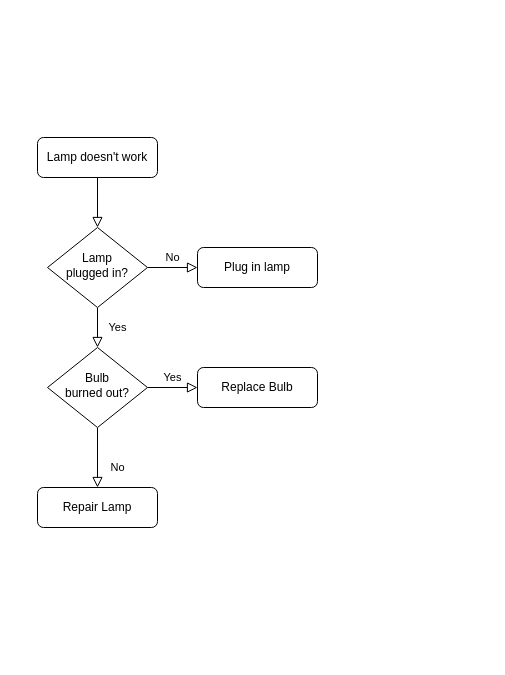
Before: Untitled Diagram.drawio in mintlee82/URLBoardModel, a draw.io diagram. Source tidied: cells renumbered, new cells numbered last; positions are measured from the earlier drawing's top-left corner, leaving out a move shared by most shapes. Both pictures are drawn from the tidied source at 100%, with x=0, y=0 at pixel (37, 137).
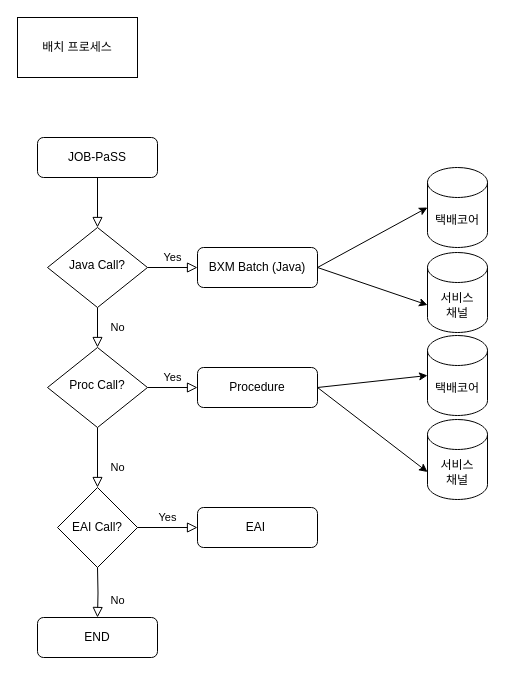
After the change.

Commit message:
배치 프로세스

The edit, as a diff of the source:
```diff
@@
-    <mxCell id="3" value="Lamp doesn't work" style="rounded=1;whiteSpace=wrap;html=1;fontSize=12;glass=0;strokeWidth=1;shadow=0;" parent="1" vertex="1">
+    <mxCell id="3" value="JOB-PaSS" style="rounded=1;whiteSpace=wrap;html=1;fontSize=12;glass=0;strokeWidth=1;shadow=0;" parent="1" vertex="1">
       <mxGeometry width="120" height="40" as="geometry" />
     </mxCell>
-    <mxCell id="4" value="Yes" style="rounded=0;html=1;jettySize=auto;fontSize=11;endArrow=block;endFill=0;endSize=8;strokeWidth=1;shadow=0;labelBackgroundColor=none;edgeStyle=orthogonalEdgeStyle;" parent="1" edge="1" source="6" target="10">
+    <mxCell id="4" value="No" style="rounded=0;html=1;jettySize=auto;fontSize=11;endArrow=block;endFill=0;endSize=8;strokeWidth=1;shadow=0;labelBackgroundColor=none;edgeStyle=orthogonalEdgeStyle;" parent="1" edge="1" source="6" target="10">
       <mxGeometry y="20" relative="1" as="geometry" />
     </mxCell>
-    <mxCell id="5" value="No" style="edgeStyle=orthogonalEdgeStyle;rounded=0;html=1;jettySize=auto;fontSize=11;endArrow=block;endFill=0;endSize=8;strokeWidth=1;shadow=0;labelBackgroundColor=none;" parent="1" edge="1" source="6" target="7">
+    <mxCell id="5" value="Yes" style="edgeStyle=orthogonalEdgeStyle;rounded=0;html=1;jettySize=auto;fontSize=11;endArrow=block;endFill=0;endSize=8;strokeWidth=1;shadow=0;labelBackgroundColor=none;" parent="1" edge="1" source="6" target="7">
       <mxGeometry y="10" relative="1" as="geometry" />
     </mxCell>
-    <mxCell id="6" value="Lamp&lt;br&gt;plugged in?" style="rhombus;whiteSpace=wrap;html=1;shadow=0;fontFamily=Helvetica;fontSize=12;align=center;strokeWidth=1;spacing=6;spacingTop=-4;" parent="1" vertex="1">
+    <mxCell id="6" value="Java Call?" style="rhombus;whiteSpace=wrap;html=1;shadow=0;fontFamily=Helvetica;fontSize=12;align=center;strokeWidth=1;spacing=6;spacingTop=-4;" parent="1" vertex="1">
       <mxGeometry x="10" y="90" width="100" height="80" as="geometry" />
     </mxCell>
-    <mxCell id="7" value="Plug in lamp" style="rounded=1;whiteSpace=wrap;html=1;fontSize=12;glass=0;strokeWidth=1;shadow=0;" parent="1" vertex="1">
+    <mxCell id="7" value="BXM Batch (Java)" style="rounded=1;whiteSpace=wrap;html=1;fontSize=12;glass=0;strokeWidth=1;shadow=0;" parent="1" vertex="1">
       <mxGeometry x="160" y="110" width="120" height="40" as="geometry" />
     </mxCell>
-    <mxCell id="8" value="No" style="rounded=0;html=1;jettySize=auto;fontSize=11;endArrow=block;endFill=0;endSize=8;strokeWidth=1;shadow=0;labelBackgroundColor=none;edgeStyle=orthogonalEdgeStyle;" parent="1" edge="1" source="10" target="11">
+    <mxCell id="8" value="No" style="rounded=0;html=1;jettySize=auto;fontSize=11;endArrow=block;endFill=0;endSize=8;strokeWidth=1;shadow=0;labelBackgroundColor=none;edgeStyle=orthogonalEdgeStyle;entryX=0.5;entryY=0;entryDx=0;entryDy=0;" parent="1" edge="1" source="10" target="18">
       <mxGeometry x="0.33" y="20" relative="1" as="geometry" />
     </mxCell>
@@
-    <mxCell id="10" value="Bulb&lt;br&gt;burned out?" style="rhombus;whiteSpace=wrap;html=1;shadow=0;fontFamily=Helvetica;fontSize=12;align=center;strokeWidth=1;spacing=6;spacingTop=-4;" parent="1" vertex="1">
+    <mxCell id="10" value="Proc Call?" style="rhombus;whiteSpace=wrap;html=1;shadow=0;fontFamily=Helvetica;fontSize=12;align=center;strokeWidth=1;spacing=6;spacingTop=-4;" parent="1" vertex="1">
       <mxGeometry x="10" y="210" width="100" height="80" as="geometry" />
     </mxCell>
-    <mxCell id="11" value="Repair Lamp" style="rounded=1;whiteSpace=wrap;html=1;fontSize=12;glass=0;strokeWidth=1;shadow=0;" parent="1" vertex="1">
-      <mxGeometry y="350" width="120" height="40" as="geometry" />
-    </mxCell>
-    <mxCell id="12" value="Replace Bulb" style="rounded=1;whiteSpace=wrap;html=1;fontSize=12;glass=0;strokeWidth=1;shadow=0;" parent="1" vertex="1">
+    <mxCell id="12" value="Procedure" style="rounded=1;whiteSpace=wrap;html=1;fontSize=12;glass=0;strokeWidth=1;shadow=0;" parent="1" vertex="1">
       <mxGeometry x="160" y="230" width="120" height="40" as="geometry" />
     </mxCell>
+    <mxCell id="13" value="배치 프로세스" style="rounded=0;whiteSpace=wrap;html=1;" parent="1" vertex="1">
+      <mxGeometry x="-20" y="-120" width="120" height="60" as="geometry" />
+    </mxCell>
+    <mxCell id="14" value="택배코어" style="shape=cylinder3;whiteSpace=wrap;html=1;boundedLbl=1;backgroundOutline=1;size=15;" parent="1" vertex="1">
+      <mxGeometry x="390" y="30" width="60" height="80" as="geometry" />
+    </mxCell>
+    <mxCell id="15" style="endArrow=classic;html=1;rounded=0;exitX=1;exitY=0.5;exitDx=0;exitDy=0;entryX=0;entryY=0.5;entryDx=0;entryDy=0;entryPerimeter=0;" parent="1" edge="1" source="7" target="14">
+      <mxGeometry relative="1" as="geometry" />
+    </mxCell>
+    <mxCell id="16" value="서비스&lt;br&gt;채널" style="shape=cylinder3;whiteSpace=wrap;html=1;boundedLbl=1;backgroundOutline=1;size=15;" parent="1" vertex="1">
+      <mxGeometry x="390" y="115" width="60" height="80" as="geometry" />
+    </mxCell>
+    <mxCell id="17" style="endArrow=classic;html=1;rounded=0;exitX=1;exitY=0.5;exitDx=0;exitDy=0;entryX=0;entryY=0;entryDx=0;entryDy=52.5;entryPerimeter=0;" parent="1" edge="1" source="7" target="16">
+      <mxGeometry relative="1" as="geometry" />
+    </mxCell>
+    <mxCell id="18" value="EAI Call?" style="rhombus;whiteSpace=wrap;html=1;" parent="1" vertex="1">
+      <mxGeometry x="20" y="350" width="80" height="80" as="geometry" />
+    </mxCell>
+    <mxCell id="19" value="Yes" style="edgeStyle=orthogonalEdgeStyle;rounded=0;html=1;jettySize=auto;fontSize=11;endArrow=block;endFill=0;endSize=8;strokeWidth=1;shadow=0;labelBackgroundColor=none;exitX=1;exitY=0.5;exitDx=0;exitDy=0;entryX=0;entryY=0.5;entryDx=0;entryDy=0;" parent="1" edge="1" source="18" target="20">
+      <mxGeometry y="10" relative="1" as="geometry" />
+    </mxCell>
+    <mxCell id="20" value="EAI&amp;nbsp;" style="rounded=1;whiteSpace=wrap;html=1;fontSize=12;glass=0;strokeWidth=1;shadow=0;" parent="1" vertex="1">
+      <mxGeometry x="160" y="370" width="120" height="40" as="geometry" />
+    </mxCell>
+    <mxCell id="21" value="END" style="rounded=1;whiteSpace=wrap;html=1;fontSize=12;glass=0;strokeWidth=1;shadow=0;" parent="1" vertex="1">
+      <mxGeometry y="480" width="120" height="40" as="geometry" />
+    </mxCell>
+    <mxCell id="22" value="No" style="rounded=0;html=1;jettySize=auto;fontSize=11;endArrow=block;endFill=0;endSize=8;strokeWidth=1;shadow=0;labelBackgroundColor=none;edgeStyle=orthogonalEdgeStyle;" parent="1" edge="1" target="21">
+      <mxGeometry x="0.33" y="20" relative="1" as="geometry">
+        <mxPoint x="60" y="430" as="sourcePoint" />
+      </mxGeometry>
+    </mxCell>
+    <mxCell id="23" value="택배코어" style="shape=cylinder3;whiteSpace=wrap;html=1;boundedLbl=1;backgroundOutline=1;size=15;" parent="1" vertex="1">
+      <mxGeometry x="390" y="198" width="60" height="80" as="geometry" />
+    </mxCell>
+    <mxCell id="24" style="endArrow=classic;html=1;rounded=0;exitX=1;exitY=0.5;exitDx=0;exitDy=0;entryX=0;entryY=0.5;entryDx=0;entryDy=0;entryPerimeter=0;" parent="1" edge="1" source="12" target="23">
+      <mxGeometry relative="1" as="geometry" />
+    </mxCell>
+    <mxCell id="25" value="서비스&lt;br&gt;채널" style="shape=cylinder3;whiteSpace=wrap;html=1;boundedLbl=1;backgroundOutline=1;size=15;" parent="1" vertex="1">
+      <mxGeometry x="390" y="282" width="60" height="80" as="geometry" />
+    </mxCell>
+    <mxCell id="26" style="endArrow=classic;html=1;rounded=0;entryX=0;entryY=0;entryDx=0;entryDy=52.5;entryPerimeter=0;exitX=1;exitY=0.5;exitDx=0;exitDy=0;" parent="1" edge="1" source="12" target="25">
+      <mxGeometry relative="1" as="geometry" />
+    </mxCell>
```
